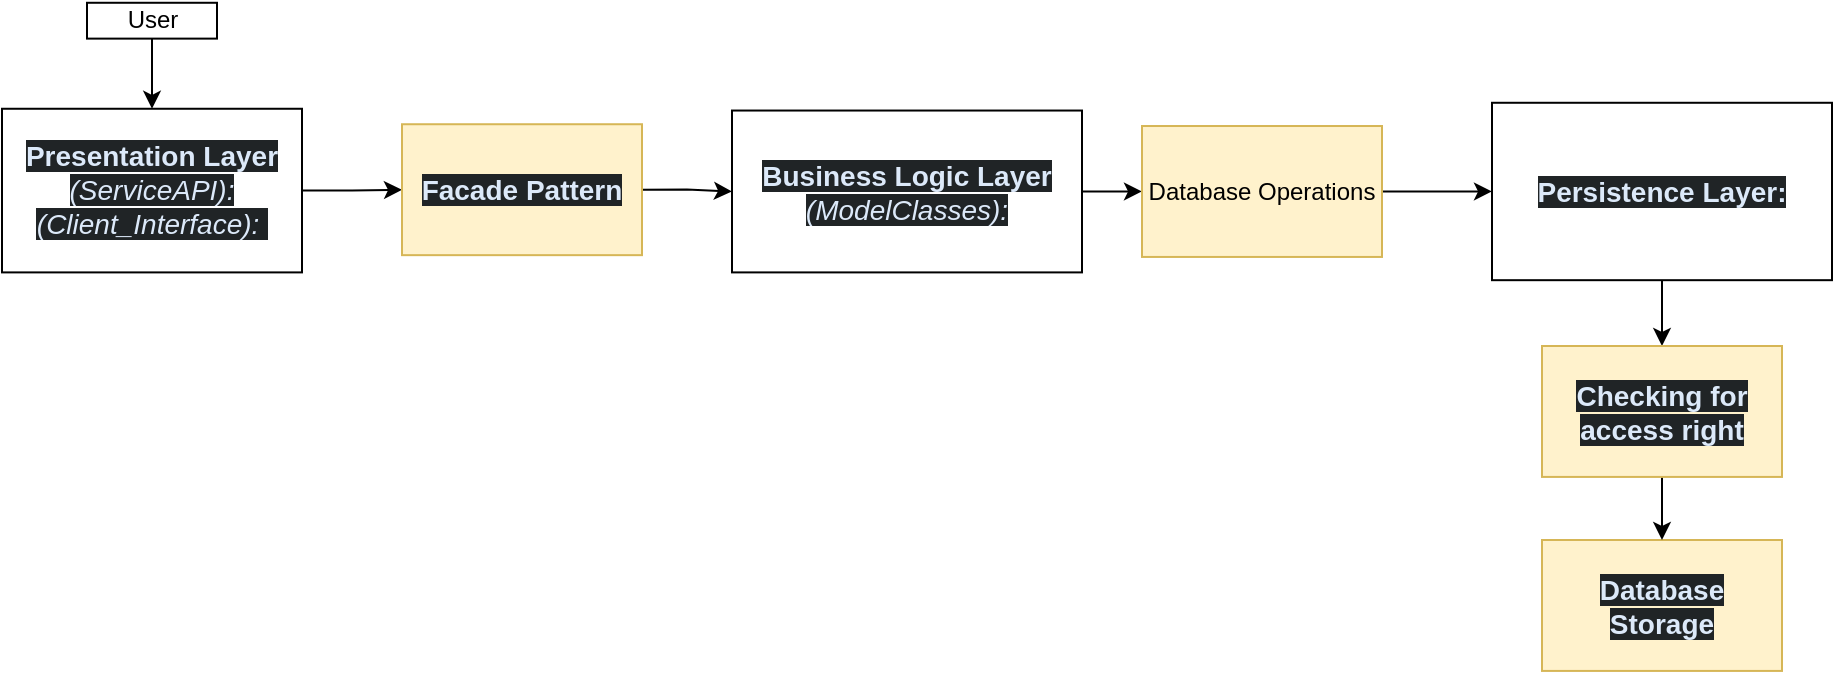
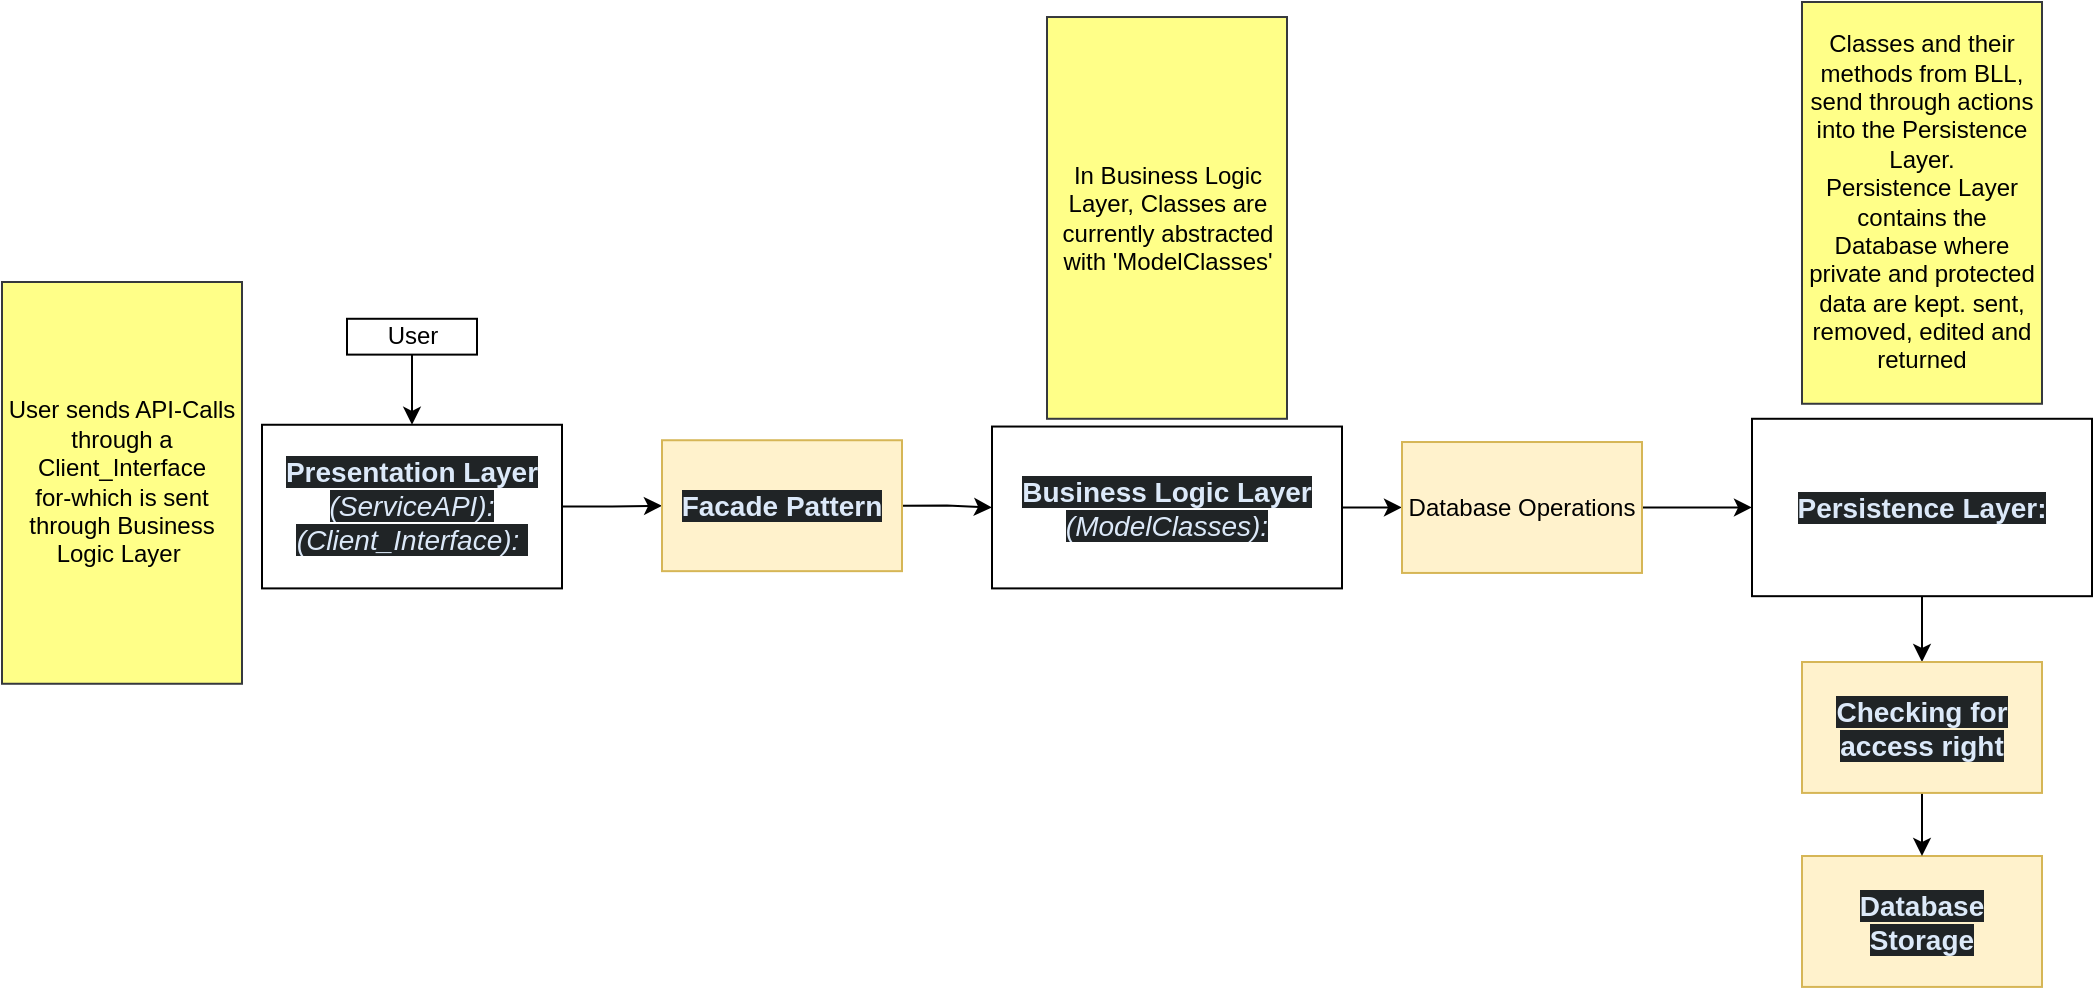
<mxfile host="app.diagrams.net">
  <diagram name="Page-1" id="2KrW7VEhyqmw7Nx4Ttr-">
    <mxGraphModel dx="1409" dy="790" grid="1" gridSize="10" guides="1" tooltips="1" connect="1" arrows="1" fold="1" page="1" pageScale="1" pageWidth="850" pageHeight="1100" math="0" shadow="0">
      <root>
        <mxCell id="0" />
        <mxCell id="1" parent="0" />
        <mxCell id="vZHe2jEZJALmbnLdjFB--106" edge="1" parent="1" source="vZHe2jEZJALmbnLdjFB--105" style="edgeStyle=orthogonalEdgeStyle;rounded=0;orthogonalLoop=1;jettySize=auto;html=1;entryX=0.5;entryY=0;entryDx=0;entryDy=0;exitX=0.5;exitY=1;exitDx=0;exitDy=0;" target="vZHe2jEZJALmbnLdjFB--6" value="">
          <mxGeometry relative="1" as="geometry">
            <mxPoint x="360" y="250" as="sourcePoint" />
          </mxGeometry>
        </mxCell>
        <mxCell id="vZHe2jEZJALmbnLdjFB--6" parent="1" style="rounded=0;whiteSpace=wrap;html=1;" value="&lt;strong style=&quot;box-sizing: border-box; font-weight: bold; scrollbar-color: rgb(95, 99, 104) rgb(49, 54, 60); color: rgb(220, 233, 249); font-family: aktiv-grotesk, sans-serif; font-size: 14px; text-align: start; background-color: rgb(32, 36, 38);&quot;&gt;Presentation Layer &lt;/strong&gt;&lt;span style=&quot;box-sizing: border-box; scrollbar-color: rgb(95, 99, 104) rgb(49, 54, 60); color: rgb(220, 233, 249); font-family: aktiv-grotesk, sans-serif; font-size: 14px; text-align: start; background-color: rgb(32, 36, 38);&quot;&gt;&lt;i&gt;(ServiceAPI):&lt;/i&gt;&lt;/span&gt;&lt;div&gt;&lt;span style=&quot;color: rgb(220, 233, 249); font-family: aktiv-grotesk, sans-serif; font-size: 14px; text-align: start; background-color: rgb(32, 36, 38);&quot;&gt;&lt;i&gt;(Client_Interface):&amp;nbsp;&lt;/i&gt;&lt;/span&gt;&lt;/div&gt;" vertex="1">
          <mxGeometry height="81.82" width="150" x="400" y="301.38" as="geometry" />
        </mxCell>
        <mxCell id="vZHe2jEZJALmbnLdjFB--8" edge="1" parent="1" source="vZHe2jEZJALmbnLdjFB--10" style="edgeStyle=orthogonalEdgeStyle;rounded=0;orthogonalLoop=1;jettySize=auto;html=1;exitX=1;exitY=0.5;exitDx=0;exitDy=0;entryX=0;entryY=0.5;entryDx=0;entryDy=0;" target="vZHe2jEZJALmbnLdjFB--39">
          <mxGeometry relative="1" as="geometry" />
        </mxCell>
        <mxCell id="vZHe2jEZJALmbnLdjFB--10" parent="1" style="rounded=0;whiteSpace=wrap;html=1;" value="&lt;span style=&quot;box-sizing: border-box; scrollbar-color: rgb(95, 99, 104) rgb(49, 54, 60); color: rgb(220, 233, 249); font-family: aktiv-grotesk, sans-serif; font-size: 14px; text-align: start; background-color: rgb(32, 36, 38);&quot;&gt;&lt;b&gt;Business Logic Layer &lt;/b&gt;&lt;i style=&quot;&quot;&gt;(ModelClasses):&lt;/i&gt;&lt;/span&gt;" vertex="1">
          <mxGeometry height="80.93" width="175" x="765" y="302.27" as="geometry" />
        </mxCell>
        <mxCell id="vZHe2jEZJALmbnLdjFB--11" edge="1" parent="1" source="vZHe2jEZJALmbnLdjFB--12" style="edgeStyle=orthogonalEdgeStyle;rounded=0;orthogonalLoop=1;jettySize=auto;html=1;exitX=0.5;exitY=1;exitDx=0;exitDy=0;entryX=0.5;entryY=0;entryDx=0;entryDy=0;" target="vZHe2jEZJALmbnLdjFB--102">
          <mxGeometry relative="1" as="geometry" />
        </mxCell>
        <mxCell id="vZHe2jEZJALmbnLdjFB--12" parent="1" style="rounded=0;whiteSpace=wrap;html=1;" value="&lt;strong style=&quot;box-sizing: border-box; font-weight: bold; scrollbar-color: rgb(95, 99, 104) rgb(49, 54, 60); color: rgb(220, 233, 249); font-family: aktiv-grotesk, sans-serif; font-size: 14px; text-align: start; background-color: rgb(32, 36, 38);&quot;&gt;Persistence Layer:&lt;/strong&gt;" vertex="1">
          <mxGeometry height="88.7" width="170" x="1145" y="298.39" as="geometry" />
        </mxCell>
        <mxCell id="vZHe2jEZJALmbnLdjFB--29" parent="1" style="rounded=0;whiteSpace=wrap;html=1;align=center;fillColor=#fff2cc;strokeColor=#d6b656;" value="&lt;div style=&quot;&quot;&gt;&lt;font color=&quot;#dce9f9&quot; face=&quot;aktiv-grotesk, sans-serif&quot;&gt;&lt;span style=&quot;font-size: 14px; background-color: rgb(32, 36, 38);&quot;&gt;&lt;b&gt;Database&lt;br&gt;Storage&lt;/b&gt;&lt;/span&gt;&lt;/font&gt;&lt;/div&gt;" vertex="1">
          <mxGeometry height="65.46" width="120" x="1170" y="517" as="geometry" />
        </mxCell>
        <mxCell id="vZHe2jEZJALmbnLdjFB--35" edge="1" parent="1" source="vZHe2jEZJALmbnLdjFB--37" style="edgeStyle=orthogonalEdgeStyle;rounded=0;orthogonalLoop=1;jettySize=auto;html=1;exitX=1;exitY=0.5;exitDx=0;exitDy=0;" target="vZHe2jEZJALmbnLdjFB--10">
          <mxGeometry relative="1" as="geometry">
            <mxPoint x="750" y="339.5700000000001" as="sourcePoint" />
          </mxGeometry>
        </mxCell>
        <mxCell id="vZHe2jEZJALmbnLdjFB--36" edge="1" parent="1" source="vZHe2jEZJALmbnLdjFB--6" style="edgeStyle=orthogonalEdgeStyle;rounded=0;orthogonalLoop=1;jettySize=auto;html=1;exitX=1;exitY=0.5;exitDx=0;exitDy=0;entryX=0;entryY=0.5;entryDx=0;entryDy=0;" target="vZHe2jEZJALmbnLdjFB--37">
          <mxGeometry relative="1" as="geometry">
            <mxPoint x="575" y="430" as="targetPoint" />
          </mxGeometry>
        </mxCell>
        <mxCell id="vZHe2jEZJALmbnLdjFB--37" parent="1" style="rounded=0;whiteSpace=wrap;html=1;align=center;fillColor=#fff2cc;strokeColor=#d6b656;" value="&lt;div style=&quot;&quot;&gt;&lt;font color=&quot;#dce9f9&quot; face=&quot;aktiv-grotesk, sans-serif&quot;&gt;&lt;span style=&quot;font-size: 14px; background-color: rgb(32, 36, 38);&quot;&gt;&lt;b&gt;Facade Pattern&lt;/b&gt;&lt;/span&gt;&lt;/font&gt;&lt;/div&gt;" vertex="1">
          <mxGeometry height="65.46" width="120" x="600" y="309.11999999999995" as="geometry" />
        </mxCell>
        <mxCell id="vZHe2jEZJALmbnLdjFB--38" edge="1" parent="1" source="vZHe2jEZJALmbnLdjFB--39" style="edgeStyle=orthogonalEdgeStyle;rounded=0;orthogonalLoop=1;jettySize=auto;html=1;exitX=1;exitY=0.5;exitDx=0;exitDy=0;entryX=0;entryY=0.5;entryDx=0;entryDy=0;" target="vZHe2jEZJALmbnLdjFB--12">
          <mxGeometry relative="1" as="geometry" />
        </mxCell>
        <mxCell id="vZHe2jEZJALmbnLdjFB--39" parent="1" style="rounded=0;whiteSpace=wrap;html=1;align=center;fillColor=#fff2cc;strokeColor=#d6b656;" value="Database Operations" vertex="1">
          <mxGeometry height="65.46" width="120" x="970" y="310.01" as="geometry" />
        </mxCell>
        <mxCell id="vZHe2jEZJALmbnLdjFB--101" edge="1" parent="1" source="vZHe2jEZJALmbnLdjFB--102" style="edgeStyle=orthogonalEdgeStyle;rounded=0;orthogonalLoop=1;jettySize=auto;html=1;exitX=0.5;exitY=1;exitDx=0;exitDy=0;entryX=0.5;entryY=0;entryDx=0;entryDy=0;" target="vZHe2jEZJALmbnLdjFB--29">
          <mxGeometry relative="1" as="geometry">
            <mxPoint x="1460" y="530" as="targetPoint" />
          </mxGeometry>
        </mxCell>
        <mxCell id="vZHe2jEZJALmbnLdjFB--102" parent="1" style="rounded=0;whiteSpace=wrap;html=1;align=center;fillColor=#fff2cc;strokeColor=#d6b656;" value="&lt;div style=&quot;&quot;&gt;&lt;font color=&quot;#dce9f9&quot; face=&quot;aktiv-grotesk, sans-serif&quot;&gt;&lt;span style=&quot;font-size: 14px; background-color: rgb(32, 36, 38);&quot;&gt;&lt;b&gt;Checking for access right&lt;/b&gt;&lt;/span&gt;&lt;/font&gt;&lt;/div&gt;" vertex="1">
          <mxGeometry height="65.46" width="120" x="1170" y="420" as="geometry" />
        </mxCell>
        <mxCell id="vZHe2jEZJALmbnLdjFB--105" parent="1" style="whiteSpace=wrap;html=1;rounded=0;" value="User" vertex="1">
          <mxGeometry height="17.92" width="65" x="442.5" y="248.39" as="geometry" />
        </mxCell>
+         <mxCell id="WIsYPLuYnzwIEppj4hiX-1" parent="1" style="rounded=0;whiteSpace=wrap;html=1;fillColor=light-dark(#FFFF88,#FFFF63);strokeColor=#36393d;fontColor=light-dark(#000000,#000000);" value="User sends API-Calls through a Client_Interface&lt;br&gt;for-which is sent through Business Logic Layer&amp;nbsp;" vertex="1">
+           <mxGeometry height="200.88" width="120" x="270" y="230" as="geometry" />
+         </mxCell>
+         <mxCell id="WIsYPLuYnzwIEppj4hiX-2" parent="1" style="rounded=0;whiteSpace=wrap;html=1;fillColor=light-dark(#FFFF88,#FFFF63);strokeColor=#36393d;fontColor=light-dark(#000000,#000000);" value="In Business Logic Layer, Classes are currently abstracted with &#39;ModelClasses&#39;" vertex="1">
+           <mxGeometry height="200.88" width="120" x="792.5" y="97.51" as="geometry" />
+         </mxCell>
+         <mxCell id="WIsYPLuYnzwIEppj4hiX-3" parent="1" style="rounded=0;whiteSpace=wrap;html=1;fillColor=light-dark(#FFFF88,#FFFF63);strokeColor=#36393d;fontColor=light-dark(#000000,#000000);" value="Classes and their methods from BLL,&lt;br&gt;send through actions into the Persistence Layer.&lt;br&gt;Persistence Layer contains the Database where private and protected data are kept. sent, removed, edited and returned" vertex="1">
+           <mxGeometry height="200.88" width="120" x="1170" y="90" as="geometry" />
+         </mxCell>
      </root>
    </mxGraphModel>
  </diagram>
</mxfile>
